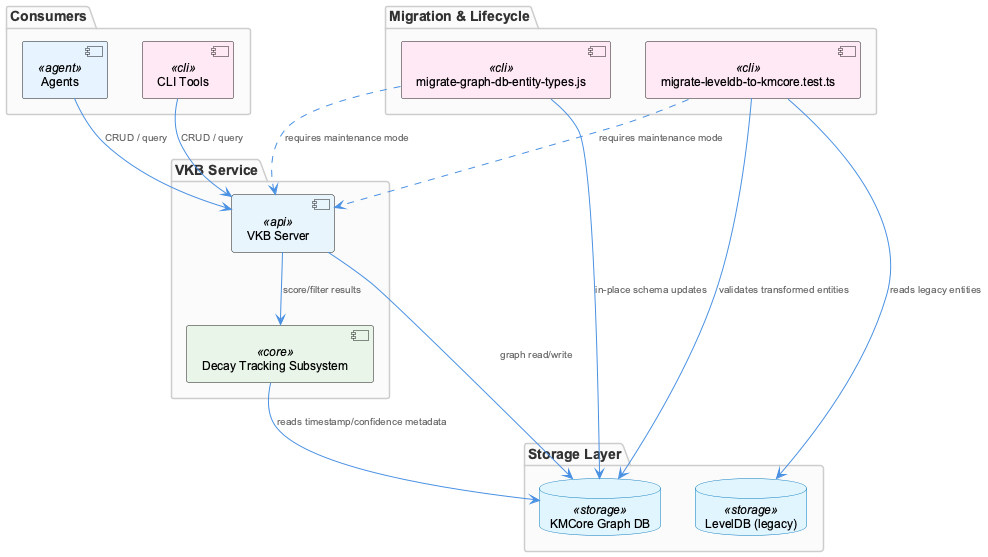
Above: knowledge-management/insights/images/knowledge-management-architecture.png in fwornle/coding (PlantUML), before the change.
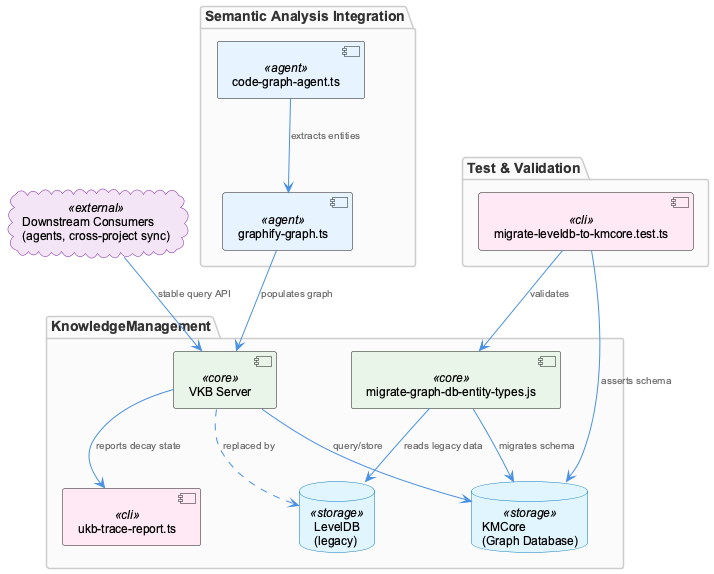
Above is the later version.

Diff of the diagram source:
```diff
@@ -1,38 +1,37 @@
 @startuml
 !include /Users/Q284340/Agentic/coding/docs/puml/_standard-style.puml
 
-package "Consumers" {
-  component "Agents" as agents <<agent>>
-  component "CLI Tools" as cli <<cli>>
+package "Semantic Analysis Integration" {
+  component "code-graph-agent.ts" as codeGraphAgent <<agent>>
+  component "graphify-graph.ts" as graphify <<agent>>
 }
 
-package "VKB Service" {
-  component "VKB Server" as vkb <<api>>
-  component "Decay Tracking Subsystem" as decay <<core>>
+package "KnowledgeManagement" {
+  component "VKB Server" as vkb <<core>>
+  component "ukb-trace-report.ts" as traceReport <<cli>>
+  component "migrate-graph-db-entity-types.js" as migrateScript <<core>>
+  database "KMCore\n(Graph Database)" as kmcore <<storage>>
+  database "LevelDB\n(legacy)" as leveldb <<storage>>
 }
 
-package "Storage Layer" {
-  database "KMCore Graph DB" as kmcore <<storage>>
-  database "LevelDB (legacy)" as leveldb <<storage>>
+package "Test & Validation" {
+  component "migrate-leveldb-to-kmcore.test.ts" as migrateTest <<cli>>
 }
 
-package "Migration & Lifecycle" {
-  component "migrate-leveldb-to-kmcore.test.ts" as migtest <<cli>>
-  component "migrate-graph-db-entity-types.js" as migschema <<cli>>
-}
+cloud "Downstream Consumers\n(agents, cross-project sync)" as consumers <<external>>
 
-agents --> vkb : "CRUD / query"
-cli --> vkb : "CRUD / query"
+codeGraphAgent --> graphify : "extracts entities"
+graphify --> vkb : "populates graph"
 
-vkb --> kmcore : "graph read/write"
-vkb --> decay : "score/filter results"
-decay --> kmcore : "reads timestamp/confidence metadata"
+vkb --> kmcore : "query/store"
+vkb --> traceReport : "reports decay state"
+vkb ..> leveldb : "replaced by"
 
-migtest --> leveldb : "reads legacy entities"
-migtest --> kmcore : "validates transformed entities"
-migschema --> kmcore : "in-place schema updates"
+migrateScript --> kmcore : "migrates schema"
+migrateScript --> leveldb : "reads legacy data"
+migrateTest --> migrateScript : "validates"
+migrateTest --> kmcore : "asserts schema"
 
-migtest ..> vkb : "requires maintenance mode"
-migschema ..> vkb : "requires maintenance mode"
+consumers --> vkb : "stable query API"
 
 @enduml
```
